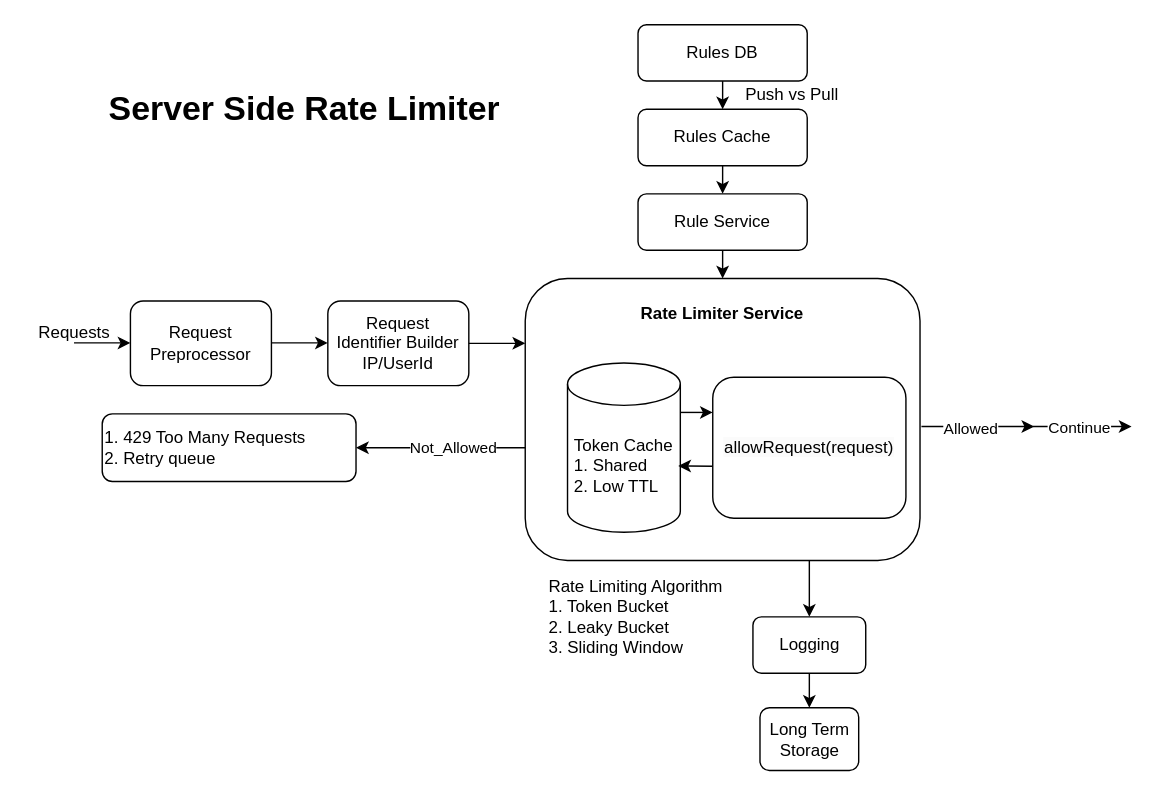
The draw.io diagram RateLimiter.drawio in xwq172677170/SysdDiagram, before the edit. Source tidied: cells renumbered, new cells numbered last; positions are measured from the earlier drawing's top-left corner, leaving out a move shared by most shapes. Both pictures are drawn from the tidied source at 141%, with x=0, y=0 at pixel (24, 24).
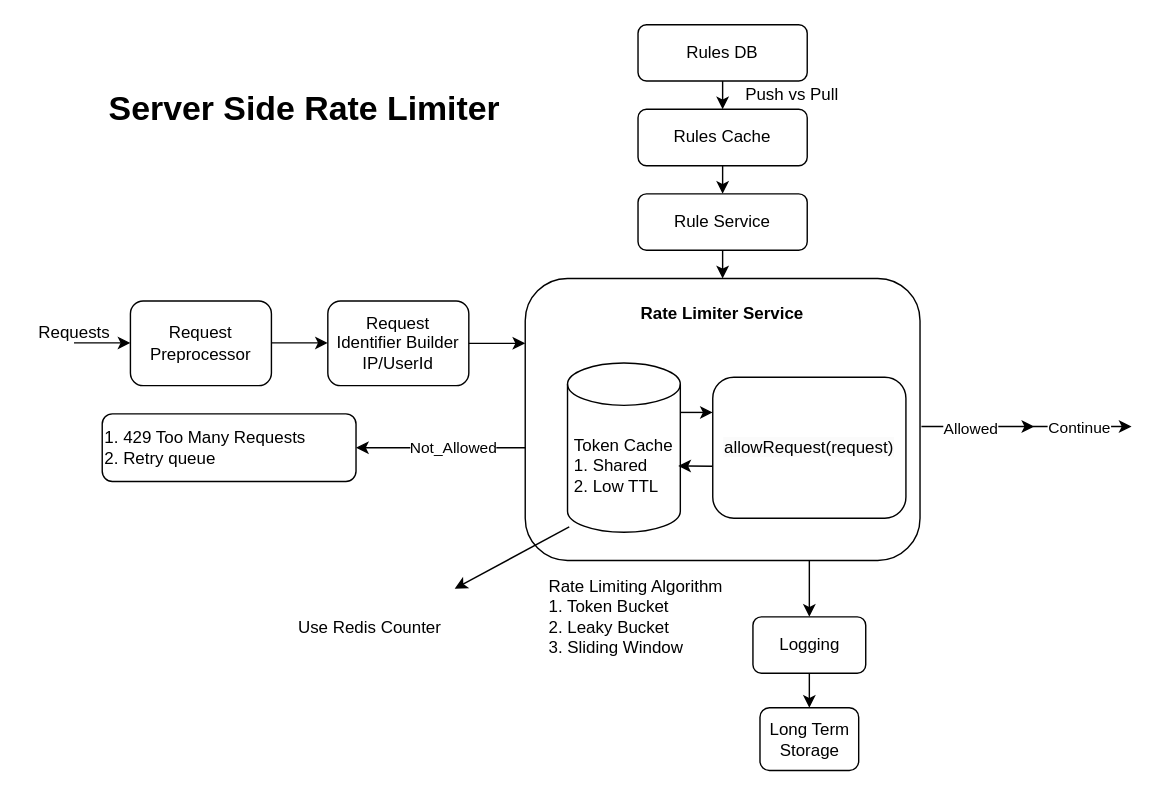
The same diagram, later.

The change refers to these unchanged cells:
```xml
<mxCell id="19" value="Token Cache&lt;br&gt;&lt;div style=&quot;text-align: left;&quot;&gt;&lt;span style=&quot;background-color: initial;&quot;&gt;1. Shared&lt;/span&gt;&lt;/div&gt;&lt;div style=&quot;text-align: left;&quot;&gt;&lt;span style=&quot;background-color: initial;&quot;&gt;2. Low TTL&lt;/span&gt;&lt;/div&gt;" style="shape=cylinder3;whiteSpace=wrap;html=1;boundedLbl=1;backgroundOutline=1;size=15;" parent="1" vertex="1">
  <mxGeometry x="385" y="240" width="80" height="120" as="geometry" />
</mxCell>
```

What changed in the source:
```diff
@@
+    <mxCell id="34" style="endArrow=classic;html=1;rounded=0;exitX=0.015;exitY=0.968;exitDx=0;exitDy=0;exitPerimeter=0;" parent="1" edge="1" source="19">
+      <mxGeometry relative="1" as="geometry">
+        <mxPoint x="305" y="400" as="targetPoint" />
+      </mxGeometry>
+    </mxCell>
+    <mxCell id="35" value="Use Redis Counter" style="text;html=1;strokeColor=none;fillColor=none;align=center;verticalAlign=middle;whiteSpace=wrap;rounded=0;" parent="1" vertex="1">
+      <mxGeometry x="185" y="405" width="120" height="45" as="geometry" />
+    </mxCell>
```
